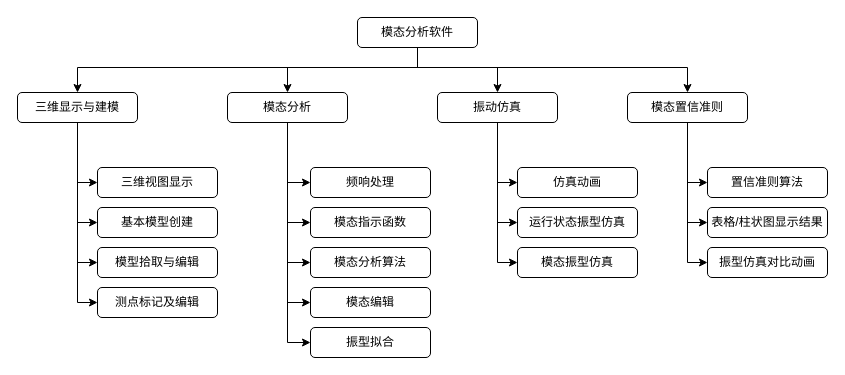
zhugy08/drawio keeps this draw.io diagram as graphs/modal-analysis-funcs.drawio. Above is the earlier version. Source tidied: cells renumbered, new cells numbered last; positions are measured from the earlier drawing's top-left corner, leaving out a move shared by most shapes. Both pictures are drawn from the tidied source at 100%, with x=0, y=0 at pixel (17, 17).
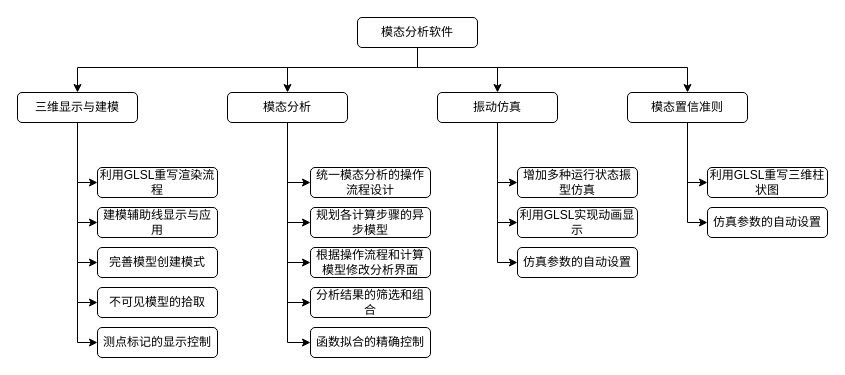
The same page after the edit.

The change refers to these unchanged cells:
```xml
<mxCell id="23" value="三维显示与建模" style="rounded=1;whiteSpace=wrap;html=1;fontSize=12;" parent="1" vertex="1">
  <mxGeometry y="75" width="120" height="30" as="geometry" />
</mxCell>
<mxCell id="37" value="模态置信准则" style="rounded=1;whiteSpace=wrap;html=1;fontSize=12;" parent="1" vertex="1">
  <mxGeometry x="610" y="75" width="120" height="30" as="geometry" />
</mxCell>
```

Diff of the diagram source:
```diff
@@
-    <mxCell id="7" value="基本模型创建" style="rounded=1;whiteSpace=wrap;html=1;fontSize=12;" parent="1" vertex="1">
-      <mxGeometry x="80" y="190" width="120" height="30" as="geometry" />
+    <mxCell id="7" value="完善模型创建模式" style="rounded=1;whiteSpace=wrap;html=1;fontSize=12;" parent="1" vertex="1">
+      <mxGeometry x="80" y="230" width="120" height="30" as="geometry" />
     </mxCell>
-    <mxCell id="8" value="模态分析算法" style="rounded=1;whiteSpace=wrap;html=1;fontSize=12;" parent="1" vertex="1">
+    <mxCell id="8" value="根据操作流程和计算模型修改分析界面" style="rounded=1;whiteSpace=wrap;html=1;fontSize=12;" parent="1" vertex="1">
       <mxGeometry x="293" y="230" width="120" height="30" as="geometry" />
     </mxCell>
-    <mxCell id="9" value="模型拾取与编辑" style="rounded=1;whiteSpace=wrap;html=1;fontSize=12;" parent="1" vertex="1">
-      <mxGeometry x="80" y="230" width="120" height="30" as="geometry" />
+    <mxCell id="9" value="不可见模型的拾取" style="rounded=1;whiteSpace=wrap;html=1;fontSize=12;" parent="1" vertex="1">
+      <mxGeometry x="80" y="270" width="120" height="30" as="geometry" />
     </mxCell>
-    <mxCell id="10" value="测点标记及编辑" style="rounded=1;whiteSpace=wrap;html=1;fontSize=12;" parent="1" vertex="1">
-      <mxGeometry x="80" y="270" width="120" height="30" as="geometry" />
+    <mxCell id="10" value="测点标记的显示控制" style="rounded=1;whiteSpace=wrap;html=1;fontSize=12;" parent="1" vertex="1">
+      <mxGeometry x="80" y="310" width="120" height="30" as="geometry" />
     </mxCell>
-    <mxCell id="11" value="频响处理" style="rounded=1;whiteSpace=wrap;html=1;fontSize=12;" parent="1" vertex="1">
+    <mxCell id="11" value="统一模态分析的操作流程设计" style="rounded=1;whiteSpace=wrap;html=1;fontSize=12;" parent="1" vertex="1">
       <mxGeometry x="293" y="150" width="120" height="30" as="geometry" />
     </mxCell>
-    <mxCell id="12" value="模态编辑" style="rounded=1;whiteSpace=wrap;html=1;fontSize=12;" parent="1" vertex="1">
+    <mxCell id="12" value="分析结果的筛选和组合" style="rounded=1;whiteSpace=wrap;html=1;fontSize=12;" parent="1" vertex="1">
       <mxGeometry x="293" y="270" width="120" height="30" as="geometry" />
     </mxCell>
-    <mxCell id="13" value="振型拟合" style="rounded=1;whiteSpace=wrap;html=1;fontSize=12;" parent="1" vertex="1">
+    <mxCell id="13" value="函数拟合的精确控制" style="rounded=1;whiteSpace=wrap;html=1;fontSize=12;" parent="1" vertex="1">
       <mxGeometry x="293" y="310" width="120" height="30" as="geometry" />
     </mxCell>
-    <mxCell id="14" value="仿真动画" style="rounded=1;whiteSpace=wrap;html=1;fontSize=12;" parent="1" vertex="1">
+    <mxCell id="14" value="增加多种运行状态振型仿真" style="rounded=1;whiteSpace=wrap;html=1;fontSize=12;" parent="1" vertex="1">
       <mxGeometry x="500" y="150" width="120" height="30" as="geometry" />
     </mxCell>
-    <mxCell id="15" value="运行状态振型仿真" style="rounded=1;whiteSpace=wrap;html=1;fontSize=12;" parent="1" vertex="1">
+    <mxCell id="15" value="利用GLSL实现动画显示" style="rounded=1;whiteSpace=wrap;html=1;fontSize=12;" parent="1" vertex="1">
       <mxGeometry x="500" y="190" width="120" height="30" as="geometry" />
     </mxCell>
-    <mxCell id="16" value="模态振型仿真" style="rounded=1;whiteSpace=wrap;html=1;fontSize=12;" parent="1" vertex="1">
+    <mxCell id="16" value="仿真参数的自动设置" style="rounded=1;whiteSpace=wrap;html=1;fontSize=12;" parent="1" vertex="1">
       <mxGeometry x="500" y="230" width="120" height="30" as="geometry" />
     </mxCell>
-    <mxCell id="17" value="模态指示函数" style="rounded=1;whiteSpace=wrap;html=1;fontSize=12;" parent="1" vertex="1">
+    <mxCell id="17" value="规划各计算步骤的异步模型" style="rounded=1;whiteSpace=wrap;html=1;fontSize=12;" parent="1" vertex="1">
       <mxGeometry x="293" y="190" width="120" height="30" as="geometry" />
     </mxCell>
-    <mxCell id="18" value="三维视图显示" style="rounded=1;whiteSpace=wrap;html=1;fontSize=12;" parent="1" vertex="1">
-      <mxGeometry x="80" y="150" width="120" height="30" as="geometry" />
+    <mxCell id="18" value="建模辅助线显示与应用" style="rounded=1;whiteSpace=wrap;html=1;fontSize=12;" parent="1" vertex="1">
+      <mxGeometry x="80" y="190" width="120" height="30" as="geometry" />
     </mxCell>
+    <mxCell id="41" style="edgeStyle=orthogonalEdgeStyle;rounded=0;jettySize=auto;html=1;entryX=0;entryY=0.5;entryDx=0;entryDy=0;" parent="1" edge="1" source="23" target="42">
+      <mxGeometry relative="1" as="geometry" />
+    </mxCell>
@@
-    <mxCell id="36" style="edgeStyle=orthogonalEdgeStyle;rounded=0;jettySize=auto;html=1;entryX=0;entryY=0.5;entryDx=0;entryDy=0;" parent="1" edge="1" source="37" target="40">
-      <mxGeometry relative="1" as="geometry" />
-    </mxCell>
@@
-    <mxCell id="38" value="置信准则算法" style="rounded=1;whiteSpace=wrap;html=1;fontSize=12;" parent="1" vertex="1">
+    <mxCell id="38" value="利用GLSL重写三维柱状图" style="rounded=1;whiteSpace=wrap;html=1;fontSize=12;" parent="1" vertex="1">
       <mxGeometry x="690" y="150" width="120" height="30" as="geometry" />
     </mxCell>
-    <mxCell id="39" value="表格/柱状图显示结果" style="rounded=1;whiteSpace=wrap;html=1;fontSize=12;" parent="1" vertex="1">
+    <mxCell id="39" value="仿真参数的自动设置" style="rounded=1;whiteSpace=wrap;html=1;fontSize=12;" parent="1" vertex="1">
       <mxGeometry x="690" y="190" width="120" height="30" as="geometry" />
     </mxCell>
-    <mxCell id="40" value="振型仿真对比动画" style="rounded=1;whiteSpace=wrap;html=1;fontSize=12;" parent="1" vertex="1">
-      <mxGeometry x="690" y="230" width="120" height="30" as="geometry" />
-    </mxCell>
+    <mxCell id="42" value="利用GLSL重写渲染流程" style="rounded=1;whiteSpace=wrap;html=1;fontSize=12;" parent="1" vertex="1">
+      <mxGeometry x="80" y="150" width="120" height="30" as="geometry" />
+    </mxCell>
```
